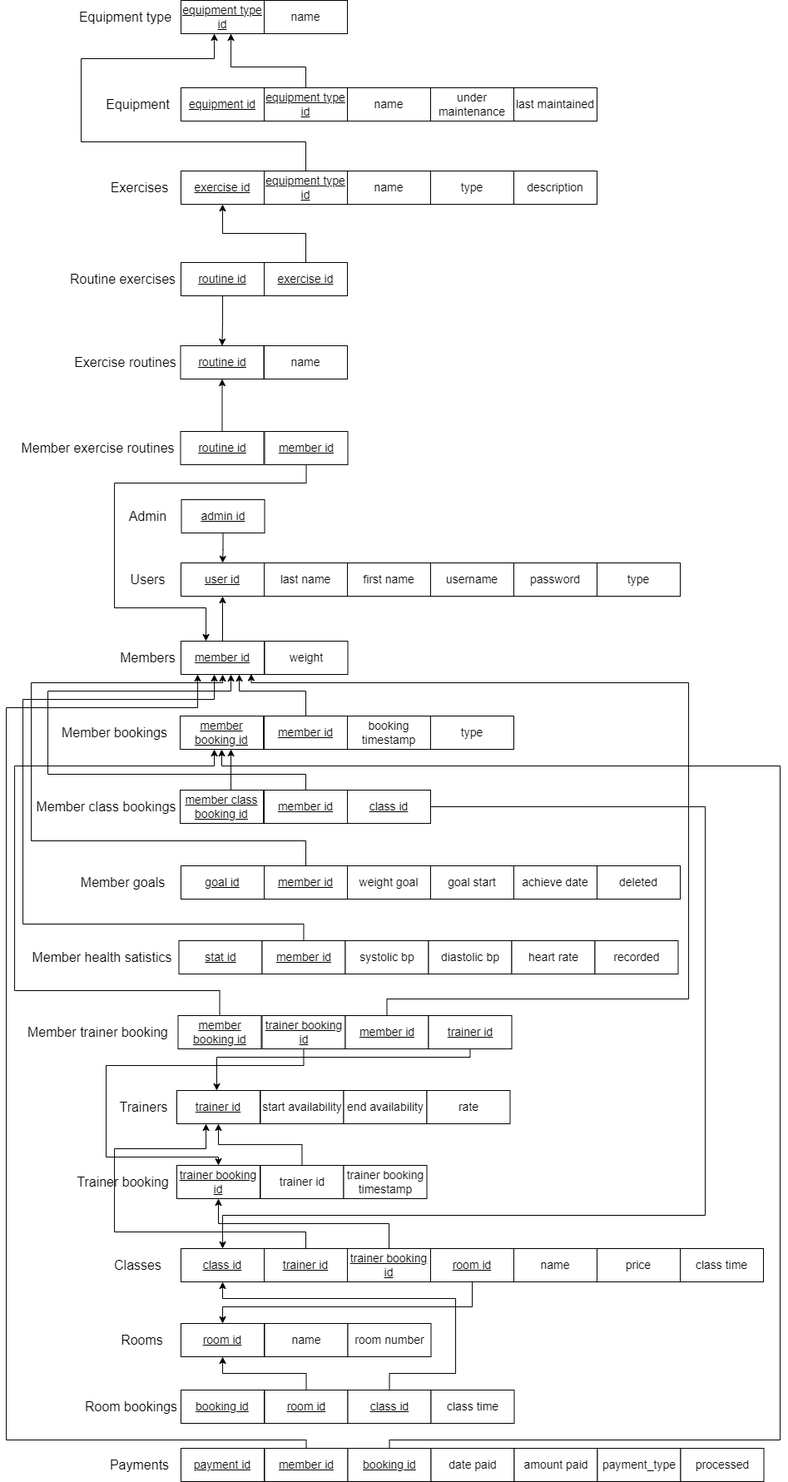
Before: diagrams/Relational Database Schema.png, a diagram exported from draw.io (zamachnoi/FitnessManager). Source tidied: cells renumbered, new cells last; positions are measured from the earlier drawing's top-left corner, leaving out a move shared by most shapes.
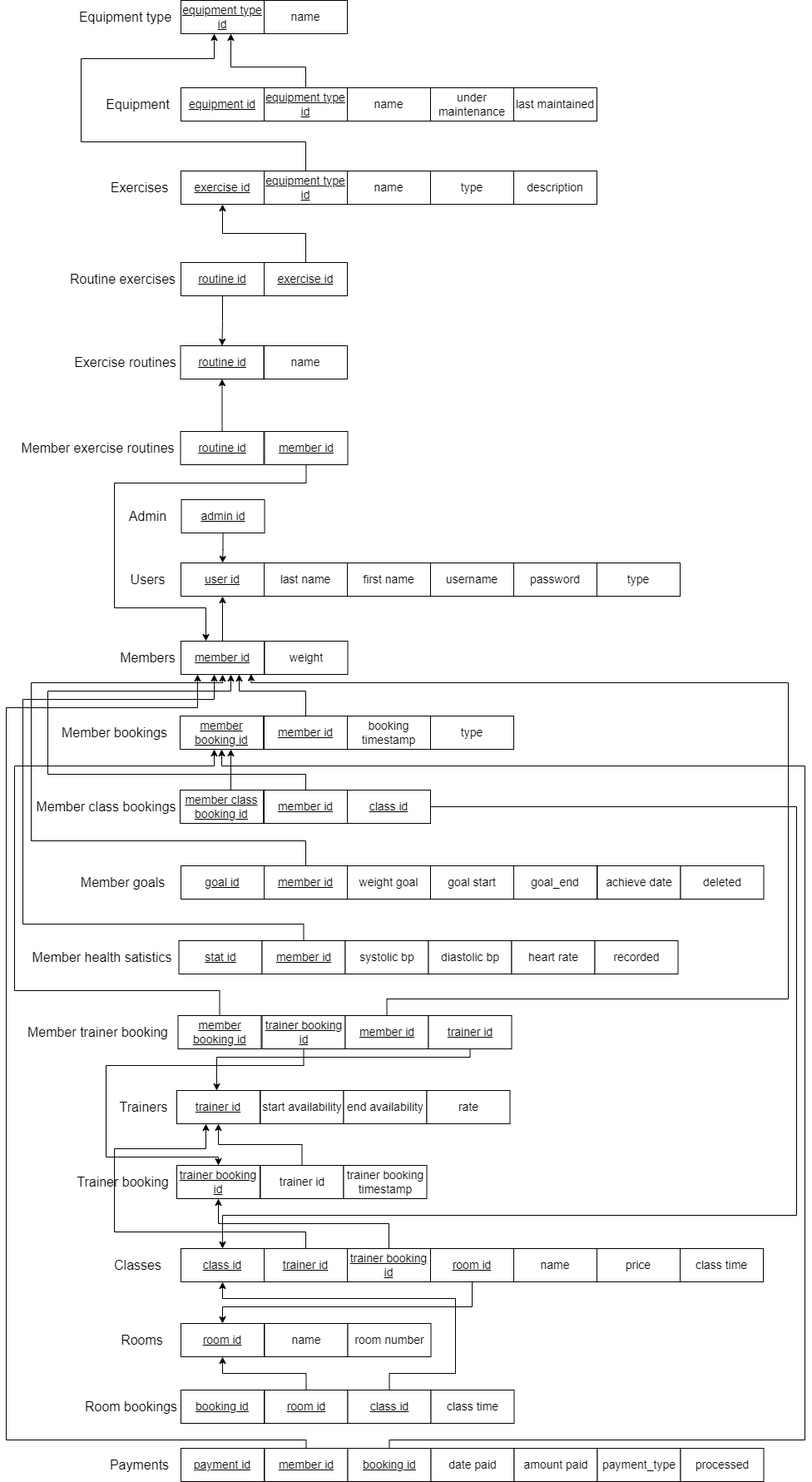
The same file after the commit.

Commit message:
Added goal_end to schema

Change to the diagram source:
```diff
@@ -206,8 +206,8 @@
     <mxCell id="57" style="edgeStyle=orthogonalEdgeStyle;rounded=0;jettySize=auto;html=1;exitX=1;exitY=0.5;exitDx=0;exitDy=0;" parent="1" edge="1" source="58" target="94">
       <mxGeometry relative="1" as="geometry">
         <Array as="points">
-          <mxPoint x="840" y="969" />
-          <mxPoint x="840" y="1460" />
+          <mxPoint x="950" y="969" />
+          <mxPoint x="950" y="1460" />
           <mxPoint x="260" y="1460" />
         </Array>
       </mxGeometry>
@@ -241,10 +241,10 @@
       <mxGeometry x="510" y="1040" width="100" height="40" as="geometry" />
     </mxCell>
     <mxCell id="65" value="&lt;span style=&quot;font-size: 14px;&quot;&gt;achieve date&lt;/span&gt;" style="rounded=0;whiteSpace=wrap;html=1;" parent="1" vertex="1">
-      <mxGeometry x="610" y="1040" width="100" height="40" as="geometry" />
+      <mxGeometry x="710.5" y="1040" width="100" height="40" as="geometry" />
     </mxCell>
-    <mxCell id="66" value="&lt;span style=&quot;font-size: 14px;&quot;&gt;deleted&lt;/span&gt;" style="rounded=0;whiteSpace=wrap;html=1;" parent="1" vertex="1">
-      <mxGeometry x="710" y="1040" width="100" height="40" as="geometry" />
+    <mxCell id="66" value="&lt;span style=&quot;font-size: 14px;&quot;&gt;goal_end&lt;/span&gt;" style="rounded=0;whiteSpace=wrap;html=1;" parent="1" vertex="1">
+      <mxGeometry x="610" y="1040" width="100" height="40" as="geometry" />
     </mxCell>
     <mxCell id="67" value="&lt;u&gt;&lt;font style=&quot;font-size: 14px;&quot;&gt;stat id&lt;/font&gt;&lt;/u&gt;" style="rounded=0;whiteSpace=wrap;html=1;" parent="1" vertex="1">
       <mxGeometry x="207.5" y="1130" width="100" height="40" as="geometry" />
@@ -310,8 +310,8 @@
       <mxGeometry relative="1" as="geometry">
         <Array as="points">
           <mxPoint x="458" y="1200" />
-          <mxPoint x="820" y="1200" />
-          <mxPoint x="820" y="820" />
+          <mxPoint x="940" y="1200" />
+          <mxPoint x="940" y="820" />
           <mxPoint x="294" y="820" />
         </Array>
       </mxGeometry>
@@ -475,8 +475,8 @@
       <mxGeometry relative="1" as="geometry">
         <Array as="points">
           <mxPoint x="461" y="1730" />
-          <mxPoint x="930" y="1730" />
-          <mxPoint x="930" y="920" />
+          <mxPoint x="960" y="1730" />
+          <mxPoint x="960" y="920" />
           <mxPoint x="259" y="920" />
         </Array>
       </mxGeometry>
@@ -499,5 +499,8 @@
     <mxCell id="125" value="&lt;span style=&quot;font-size: 14px;&quot;&gt;processed&lt;/span&gt;" style="rounded=0;whiteSpace=wrap;html=1;" parent="1" vertex="1">
       <mxGeometry x="810.5" y="1740" width="100" height="40" as="geometry" />
     </mxCell>
+    <mxCell id="126" value="&lt;span style=&quot;font-size: 14px;&quot;&gt;deleted&lt;/span&gt;" style="rounded=0;whiteSpace=wrap;html=1;" parent="1" vertex="1">
+      <mxGeometry x="810.5" y="1040" width="100" height="40" as="geometry" />
+    </mxCell>
   </root>
 </mxGraphModel>
```
